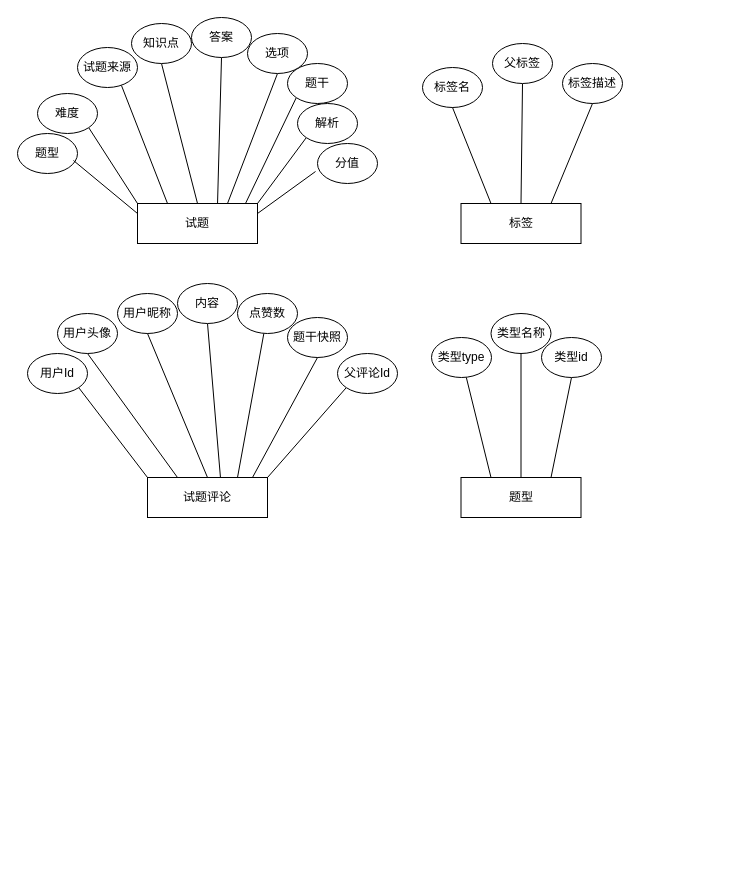
Before: page "试题模块E-R图" (3 of 16) of 题库E-R.drawio in ChenLiheng/question-project, a draw.io diagram. Source tidied: cells renumbered, new cells numbered last; positions are measured from the earlier drawing's top-left corner, leaving out a move shared by most shapes. Both pictures are drawn from the tidied source at 100%, with x=0, y=0 at pixel (17, 17).
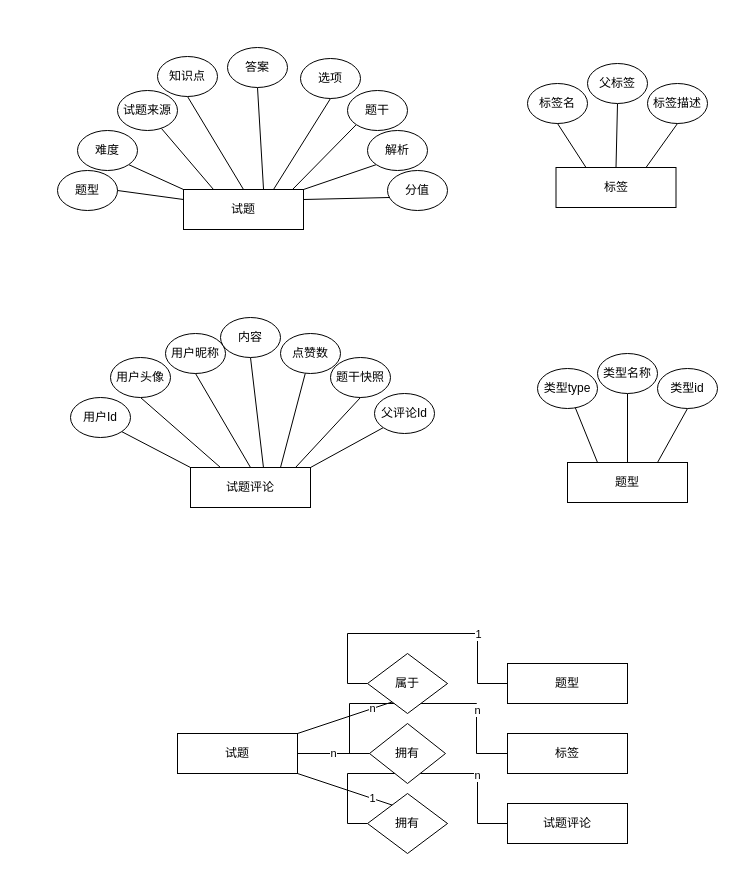
After the change.

Change to the diagram source:
```diff
@@
+    <mxCell id="50" style="group;" parent="1" vertex="1">
+      <mxGeometry x="40" y="30" width="390" height="182" as="geometry" />
+    </mxCell>
-    <mxCell id="2" style="rounded=0;jettySize=auto;html=1;exitX=0;exitY=0;exitDx=0;exitDy=0;entryX=1;entryY=1;entryDx=0;entryDy=0;endArrow=none;endFill=0;" parent="1" edge="1" source="9" target="15">
+    <mxCell id="2" style="rounded=0;jettySize=auto;html=1;exitX=0;exitY=0;exitDx=0;exitDy=0;entryX=1;entryY=1;entryDx=0;entryDy=0;endArrow=none;endFill=0;" parent="50" edge="1" source="9" target="15">
       <mxGeometry relative="1" as="geometry" />
     </mxCell>
-    <mxCell id="3" style="rounded=0;jettySize=auto;html=1;exitX=0.25;exitY=0;exitDx=0;exitDy=0;entryX=0.733;entryY=0.95;entryDx=0;entryDy=0;entryPerimeter=0;endArrow=none;endFill=0;" parent="1" edge="1" source="9" target="17">
+    <mxCell id="3" style="rounded=0;jettySize=auto;html=1;exitX=0.25;exitY=0;exitDx=0;exitDy=0;entryX=0.733;entryY=0.95;entryDx=0;entryDy=0;entryPerimeter=0;endArrow=none;endFill=0;" parent="50" edge="1" source="9" target="17">
       <mxGeometry relative="1" as="geometry" />
     </mxCell>
-    <mxCell id="4" style="rounded=0;jettySize=auto;html=1;exitX=0.5;exitY=0;exitDx=0;exitDy=0;entryX=0.5;entryY=1;entryDx=0;entryDy=0;endArrow=none;endFill=0;" parent="1" edge="1" source="9" target="16">
+    <mxCell id="4" style="rounded=0;jettySize=auto;html=1;exitX=0.5;exitY=0;exitDx=0;exitDy=0;entryX=0.5;entryY=1;entryDx=0;entryDy=0;endArrow=none;endFill=0;" parent="50" edge="1" source="9" target="16">
       <mxGeometry relative="1" as="geometry" />
     </mxCell>
-    <mxCell id="5" style="rounded=0;jettySize=auto;html=1;exitX=0.667;exitY=0;exitDx=0;exitDy=0;entryX=0.5;entryY=1;entryDx=0;entryDy=0;exitPerimeter=0;endArrow=none;endFill=0;" parent="1" edge="1" source="9" target="13">
+    <mxCell id="5" style="rounded=0;jettySize=auto;html=1;exitX=0.667;exitY=0;exitDx=0;exitDy=0;entryX=0.5;entryY=1;entryDx=0;entryDy=0;exitPerimeter=0;endArrow=none;endFill=0;" parent="50" edge="1" source="9" target="13">
       <mxGeometry relative="1" as="geometry" />
     </mxCell>
-    <mxCell id="6" style="rounded=0;jettySize=auto;html=1;exitX=0.75;exitY=0;exitDx=0;exitDy=0;entryX=0.5;entryY=1;entryDx=0;entryDy=0;endArrow=none;endFill=0;" parent="1" edge="1" source="9" target="12">
+    <mxCell id="6" style="rounded=0;jettySize=auto;html=1;exitX=0.75;exitY=0;exitDx=0;exitDy=0;entryX=0.5;entryY=1;entryDx=0;entryDy=0;endArrow=none;endFill=0;" parent="50" edge="1" source="9" target="12">
       <mxGeometry relative="1" as="geometry" />
     </mxCell>
-    <mxCell id="7" style="rounded=0;jettySize=auto;html=1;exitX=0.892;exitY=0.05;exitDx=0;exitDy=0;entryX=0;entryY=1;entryDx=0;entryDy=0;exitPerimeter=0;endArrow=none;endFill=0;" parent="1" edge="1" source="9" target="10">
+    <mxCell id="7" style="rounded=0;jettySize=auto;html=1;exitX=0.892;exitY=0.05;exitDx=0;exitDy=0;entryX=0;entryY=1;entryDx=0;entryDy=0;exitPerimeter=0;endArrow=none;endFill=0;" parent="50" edge="1" source="9" target="10">
       <mxGeometry relative="1" as="geometry" />
     </mxCell>
-    <mxCell id="8" style="rounded=0;jettySize=auto;html=1;exitX=1;exitY=0;exitDx=0;exitDy=0;entryX=0;entryY=1;entryDx=0;entryDy=0;endArrow=none;endFill=0;" parent="1" edge="1" source="9" target="11">
+    <mxCell id="8" style="rounded=0;jettySize=auto;html=1;exitX=1;exitY=0;exitDx=0;exitDy=0;entryX=0;entryY=1;entryDx=0;entryDy=0;endArrow=none;endFill=0;" parent="50" edge="1" source="9" target="11">
       <mxGeometry relative="1" as="geometry" />
     </mxCell>
-    <mxCell id="9" value="试题" style="whiteSpace=wrap;html=1;" parent="1" vertex="1">
-      <mxGeometry x="120" y="186" width="120" height="40" as="geometry" />
+    <mxCell id="9" value="试题" style="whiteSpace=wrap;html=1;" parent="50" vertex="1">
+      <mxGeometry x="126" y="142" width="120" height="40" as="geometry" />
     </mxCell>
-    <mxCell id="10" value="题干" style="ellipse;whiteSpace=wrap;html=1;" parent="1" vertex="1">
-      <mxGeometry x="270" y="46" width="60" height="40" as="geometry" />
+    <mxCell id="10" value="题干" style="ellipse;whiteSpace=wrap;html=1;" parent="50" vertex="1">
+      <mxGeometry x="290" y="43" width="60" height="40" as="geometry" />
     </mxCell>
-    <mxCell id="11" value="解析" style="ellipse;whiteSpace=wrap;html=1;" parent="1" vertex="1">
-      <mxGeometry x="280" y="86" width="60" height="40" as="geometry" />
+    <mxCell id="11" value="解析" style="ellipse;whiteSpace=wrap;html=1;" parent="50" vertex="1">
+      <mxGeometry x="310" y="83" width="60" height="40" as="geometry" />
     </mxCell>
-    <mxCell id="12" value="选项" style="ellipse;whiteSpace=wrap;html=1;" parent="1" vertex="1">
-      <mxGeometry x="230" y="16" width="60" height="40" as="geometry" />
+    <mxCell id="12" value="选项" style="ellipse;whiteSpace=wrap;html=1;" parent="50" vertex="1">
+      <mxGeometry x="243" y="11" width="60" height="40" as="geometry" />
     </mxCell>
-    <mxCell id="13" value="答案" style="ellipse;whiteSpace=wrap;html=1;" parent="1" vertex="1">
-      <mxGeometry x="174" width="60" height="40" as="geometry" />
+    <mxCell id="13" value="答案" style="ellipse;whiteSpace=wrap;html=1;" parent="50" vertex="1">
+      <mxGeometry x="170" width="60" height="40" as="geometry" />
     </mxCell>
-    <mxCell id="14" value="题型" style="ellipse;whiteSpace=wrap;html=1;" parent="1" vertex="1">
-      <mxGeometry y="116" width="60" height="40" as="geometry" />
+    <mxCell id="14" value="题型" style="ellipse;whiteSpace=wrap;html=1;" parent="50" vertex="1">
+      <mxGeometry y="123" width="60" height="40" as="geometry" />
     </mxCell>
-    <mxCell id="15" value="难度" style="ellipse;whiteSpace=wrap;html=1;" parent="1" vertex="1">
-      <mxGeometry x="20" y="76" width="60" height="40" as="geometry" />
+    <mxCell id="15" value="难度" style="ellipse;whiteSpace=wrap;html=1;" parent="50" vertex="1">
+      <mxGeometry x="20" y="83" width="60" height="40" as="geometry" />
     </mxCell>
-    <mxCell id="16" value="知识点" style="ellipse;whiteSpace=wrap;html=1;" parent="1" vertex="1">
-      <mxGeometry x="114" y="6" width="60" height="40" as="geometry" />
+    <mxCell id="16" value="知识点" style="ellipse;whiteSpace=wrap;html=1;" parent="50" vertex="1">
+      <mxGeometry x="100" y="9" width="60" height="40" as="geometry" />
     </mxCell>
-    <mxCell id="17" value="试题来源" style="ellipse;whiteSpace=wrap;html=1;" parent="1" vertex="1">
-      <mxGeometry x="60" y="30" width="60" height="40" as="geometry" />
+    <mxCell id="17" value="试题来源" style="ellipse;whiteSpace=wrap;html=1;" parent="50" vertex="1">
+      <mxGeometry x="60" y="43" width="60" height="40" as="geometry" />
     </mxCell>
-    <mxCell id="18" value="分值" style="ellipse;whiteSpace=wrap;html=1;" parent="1" vertex="1">
-      <mxGeometry x="300" y="126" width="60" height="40" as="geometry" />
+    <mxCell id="18" value="分值" style="ellipse;whiteSpace=wrap;html=1;" parent="50" vertex="1">
+      <mxGeometry x="330" y="123" width="60" height="40" as="geometry" />
     </mxCell>
-    <mxCell id="19" style="rounded=0;jettySize=auto;html=1;exitX=0;exitY=0.25;exitDx=0;exitDy=0;entryX=0.933;entryY=0.675;entryDx=0;entryDy=0;entryPerimeter=0;endArrow=none;endFill=0;" parent="1" edge="1" source="9" target="14">
+    <mxCell id="19" style="rounded=0;jettySize=auto;html=1;exitX=0;exitY=0.25;exitDx=0;exitDy=0;entryX=1;entryY=0.5;entryDx=0;entryDy=0;endArrow=none;endFill=0;" parent="50" edge="1" source="9" target="14">
       <mxGeometry relative="1" as="geometry" />
     </mxCell>
-    <mxCell id="20" style="rounded=0;jettySize=auto;html=1;exitX=1;exitY=0.25;exitDx=0;exitDy=0;entryX=-0.033;entryY=0.7;entryDx=0;entryDy=0;entryPerimeter=0;endArrow=none;endFill=0;" parent="1" edge="1" source="9" target="18">
+    <mxCell id="20" style="rounded=0;jettySize=auto;html=1;exitX=1;exitY=0.25;exitDx=0;exitDy=0;entryX=0.033;entryY=0.675;entryDx=0;entryDy=0;endArrow=none;endFill=0;entryPerimeter=0;" parent="50" edge="1" source="9" target="18">
       <mxGeometry relative="1" as="geometry" />
     </mxCell>
-    <mxCell id="21" style="rounded=0;jettySize=auto;html=1;exitX=0.5;exitY=0;exitDx=0;exitDy=0;endArrow=none;endFill=0;entryX=0.5;entryY=1;entryDx=0;entryDy=0;" parent="1" edge="1" source="22" target="24">
-      <mxGeometry relative="1" as="geometry" />
-    </mxCell>
-    <mxCell id="22" value="标签" style="whiteSpace=wrap;html=1;" parent="1" vertex="1">
-      <mxGeometry x="443.5" y="186" width="120" height="40" as="geometry" />
-    </mxCell>
-    <mxCell id="23" value="标签名" style="ellipse;whiteSpace=wrap;html=1;" parent="1" vertex="1">
-      <mxGeometry x="405" y="50" width="60" height="40" as="geometry" />
-    </mxCell>
-    <mxCell id="24" value="父标签" style="ellipse;whiteSpace=wrap;html=1;" parent="1" vertex="1">
-      <mxGeometry x="475" y="26" width="60" height="40" as="geometry" />
-    </mxCell>
-    <mxCell id="25" value="标签描述" style="ellipse;whiteSpace=wrap;html=1;" parent="1" vertex="1">
-      <mxGeometry x="545" y="46" width="60" height="40" as="geometry" />
-    </mxCell>
-    <mxCell id="26" style="rounded=0;jettySize=auto;html=1;exitX=0.25;exitY=0;exitDx=0;exitDy=0;endArrow=none;endFill=0;entryX=0.5;entryY=1;entryDx=0;entryDy=0;" parent="1" edge="1" source="22" target="23">
-      <mxGeometry relative="1" as="geometry" />
-    </mxCell>
-    <mxCell id="27" style="rounded=0;jettySize=auto;html=1;entryX=0.5;entryY=1;entryDx=0;entryDy=0;endArrow=none;endFill=0;exitX=0.75;exitY=0;exitDx=0;exitDy=0;" parent="1" edge="1" source="22" target="25">
-      <mxGeometry relative="1" as="geometry" />
-    </mxCell>
-    <mxCell id="28" style="rounded=0;jettySize=auto;html=1;exitX=0.25;exitY=0;exitDx=0;exitDy=0;endArrow=none;endFill=0;" parent="1" edge="1" source="31" target="32">
-      <mxGeometry relative="1" as="geometry" />
-    </mxCell>
-    <mxCell id="29" style="rounded=0;jettySize=auto;html=1;exitX=0.5;exitY=0;exitDx=0;exitDy=0;endArrow=none;endFill=0;" parent="1" edge="1" source="31" target="33">
-      <mxGeometry relative="1" as="geometry" />
-    </mxCell>
-    <mxCell id="30" style="rounded=0;jettySize=auto;html=1;exitX=0.75;exitY=0;exitDx=0;exitDy=0;entryX=0.5;entryY=1;entryDx=0;entryDy=0;endArrow=none;endFill=0;" parent="1" edge="1" source="31" target="34">
-      <mxGeometry relative="1" as="geometry" />
-    </mxCell>
-    <mxCell id="31" value="题型" style="whiteSpace=wrap;html=1;" parent="1" vertex="1">
-      <mxGeometry x="443.5" y="460" width="120" height="40" as="geometry" />
-    </mxCell>
-    <mxCell id="32" value="类型type" style="ellipse;whiteSpace=wrap;html=1;" parent="1" vertex="1">
-      <mxGeometry x="414" y="320" width="60" height="40" as="geometry" />
-    </mxCell>
-    <mxCell id="33" value="类型名称" style="ellipse;whiteSpace=wrap;html=1;" parent="1" vertex="1">
-      <mxGeometry x="473.5" y="296" width="60" height="40" as="geometry" />
-    </mxCell>
-    <mxCell id="34" value="类型id" style="ellipse;whiteSpace=wrap;html=1;" parent="1" vertex="1">
-      <mxGeometry x="524" y="320" width="60" height="40" as="geometry" />
-    </mxCell>
+    <mxCell id="51" style="group;" parent="1" vertex="1">
+      <mxGeometry x="53" y="300" width="364" height="190" as="geometry" />
+    </mxCell>
-    <mxCell id="35" style="rounded=0;jettySize=auto;html=1;exitX=0.25;exitY=0;exitDx=0;exitDy=0;endArrow=none;endFill=0;entryX=0.5;entryY=1;entryDx=0;entryDy=0;" parent="1" edge="1" source="39" target="40">
+    <mxCell id="35" style="rounded=0;jettySize=auto;html=1;exitX=0.25;exitY=0;exitDx=0;exitDy=0;endArrow=none;endFill=0;entryX=0.5;entryY=1;entryDx=0;entryDy=0;" parent="51" edge="1" source="39" target="40">
       <mxGeometry relative="1" as="geometry" />
     </mxCell>
-    <mxCell id="36" style="rounded=0;jettySize=auto;html=1;exitX=0.75;exitY=0;exitDx=0;exitDy=0;endArrow=none;endFill=0;" parent="1" edge="1" source="39" target="46">
+    <mxCell id="36" style="rounded=0;jettySize=auto;html=1;exitX=0.75;exitY=0;exitDx=0;exitDy=0;endArrow=none;endFill=0;" parent="51" edge="1" source="39" target="46">
       <mxGeometry relative="1" as="geometry" />
     </mxCell>
-    <mxCell id="37" style="rounded=0;jettySize=auto;html=1;exitX=1;exitY=0;exitDx=0;exitDy=0;entryX=0;entryY=1;entryDx=0;entryDy=0;endArrow=none;endFill=0;" parent="1" edge="1" source="39" target="41">
+    <mxCell id="37" style="rounded=0;jettySize=auto;html=1;exitX=1;exitY=0;exitDx=0;exitDy=0;entryX=0;entryY=1;entryDx=0;entryDy=0;endArrow=none;endFill=0;" parent="51" edge="1" source="39" target="41">
       <mxGeometry relative="1" as="geometry" />
     </mxCell>
-    <mxCell id="38" style="rounded=0;jettySize=auto;html=1;exitX=0.608;exitY=0;exitDx=0;exitDy=0;entryX=0.5;entryY=1;entryDx=0;entryDy=0;endArrow=none;endFill=0;exitPerimeter=0;" parent="1" edge="1" source="39" target="45">
+    <mxCell id="38" style="rounded=0;jettySize=auto;html=1;exitX=0.608;exitY=0;exitDx=0;exitDy=0;entryX=0.5;entryY=1;entryDx=0;entryDy=0;endArrow=none;endFill=0;exitPerimeter=0;" parent="51" edge="1" source="39" target="45">
       <mxGeometry relative="1" as="geometry" />
     </mxCell>
-    <mxCell id="39" value="试题评论" style="whiteSpace=wrap;html=1;" parent="1" vertex="1">
-      <mxGeometry x="130" y="460" width="120" height="40" as="geometry" />
+    <mxCell id="39" value="试题评论" style="whiteSpace=wrap;html=1;" parent="51" vertex="1">
+      <mxGeometry x="120" y="150" width="120" height="40" as="geometry" />
     </mxCell>
-    <mxCell id="40" value="用户头像" style="ellipse;whiteSpace=wrap;html=1;" parent="1" vertex="1">
-      <mxGeometry x="40" y="296" width="60" height="40" as="geometry" />
+    <mxCell id="40" value="用户头像" style="ellipse;whiteSpace=wrap;html=1;" parent="51" vertex="1">
+      <mxGeometry x="40" y="40" width="60" height="40" as="geometry" />
     </mxCell>
-    <mxCell id="41" value="父评论Id" style="ellipse;whiteSpace=wrap;html=1;" parent="1" vertex="1">
-      <mxGeometry x="320" y="336" width="60" height="40" as="geometry" />
+    <mxCell id="41" value="父评论Id" style="ellipse;whiteSpace=wrap;html=1;" parent="51" vertex="1">
+      <mxGeometry x="304" y="76" width="60" height="40" as="geometry" />
     </mxCell>
-    <mxCell id="42" value="用户Id" style="ellipse;whiteSpace=wrap;html=1;" parent="1" vertex="1">
-      <mxGeometry x="10" y="336" width="60" height="40" as="geometry" />
+    <mxCell id="42" value="用户Id" style="ellipse;whiteSpace=wrap;html=1;" parent="51" vertex="1">
+      <mxGeometry y="80" width="60" height="40" as="geometry" />
     </mxCell>
-    <mxCell id="43" value="题干快照" style="ellipse;whiteSpace=wrap;html=1;" parent="1" vertex="1">
-      <mxGeometry x="270" y="300" width="60" height="40" as="geometry" />
+    <mxCell id="43" value="题干快照" style="ellipse;whiteSpace=wrap;html=1;" parent="51" vertex="1">
+      <mxGeometry x="260" y="40" width="60" height="40" as="geometry" />
     </mxCell>
-    <mxCell id="44" value="用户昵称" style="ellipse;whiteSpace=wrap;html=1;" parent="1" vertex="1">
-      <mxGeometry x="100" y="276" width="60" height="40" as="geometry" />
+    <mxCell id="44" value="用户昵称" style="ellipse;whiteSpace=wrap;html=1;" parent="51" vertex="1">
+      <mxGeometry x="95" y="16" width="60" height="40" as="geometry" />
     </mxCell>
-    <mxCell id="45" value="内容" style="ellipse;whiteSpace=wrap;html=1;" parent="1" vertex="1">
-      <mxGeometry x="160" y="266" width="60" height="40" as="geometry" />
+    <mxCell id="45" value="内容" style="ellipse;whiteSpace=wrap;html=1;" parent="51" vertex="1">
+      <mxGeometry x="150" width="60" height="40" as="geometry" />
     </mxCell>
-    <mxCell id="46" value="点赞数" style="ellipse;whiteSpace=wrap;html=1;" parent="1" vertex="1">
-      <mxGeometry x="220" y="276" width="60" height="40" as="geometry" />
+    <mxCell id="46" value="点赞数" style="ellipse;whiteSpace=wrap;html=1;" parent="51" vertex="1">
+      <mxGeometry x="210" y="16" width="60" height="40" as="geometry" />
     </mxCell>
-    <mxCell id="47" style="rounded=0;jettySize=auto;html=1;exitX=0.5;exitY=0;exitDx=0;exitDy=0;entryX=0.5;entryY=1;entryDx=0;entryDy=0;endArrow=none;endFill=0;" parent="1" edge="1" source="39" target="44">
+    <mxCell id="47" style="rounded=0;jettySize=auto;html=1;exitX=0.5;exitY=0;exitDx=0;exitDy=0;entryX=0.5;entryY=1;entryDx=0;entryDy=0;endArrow=none;endFill=0;" parent="51" edge="1" source="39" target="44">
       <mxGeometry relative="1" as="geometry" />
     </mxCell>
-    <mxCell id="48" style="rounded=0;jettySize=auto;html=1;exitX=0;exitY=0;exitDx=0;exitDy=0;entryX=1;entryY=1;entryDx=0;entryDy=0;endArrow=none;endFill=0;" parent="1" edge="1" source="39" target="42">
+    <mxCell id="48" style="rounded=0;jettySize=auto;html=1;exitX=0;exitY=0;exitDx=0;exitDy=0;entryX=1;entryY=1;entryDx=0;entryDy=0;endArrow=none;endFill=0;" parent="51" edge="1" source="39" target="42">
       <mxGeometry relative="1" as="geometry" />
     </mxCell>
-    <mxCell id="49" style="rounded=0;jettySize=auto;html=1;exitX=0.875;exitY=0;exitDx=0;exitDy=0;entryX=0.5;entryY=1;entryDx=0;entryDy=0;endArrow=none;endFill=0;exitPerimeter=0;" parent="1" edge="1" source="39" target="43">
+    <mxCell id="49" style="rounded=0;jettySize=auto;html=1;exitX=0.875;exitY=0;exitDx=0;exitDy=0;entryX=0.5;entryY=1;entryDx=0;entryDy=0;endArrow=none;endFill=0;exitPerimeter=0;" parent="51" edge="1" source="39" target="43">
       <mxGeometry relative="1" as="geometry" />
     </mxCell>
+    <mxCell id="52" style="group;" parent="1" vertex="1">
+      <mxGeometry x="510" y="46" width="180" height="144" as="geometry" />
+    </mxCell>
+    <mxCell id="21" style="rounded=0;jettySize=auto;html=1;exitX=0.5;exitY=0;exitDx=0;exitDy=0;endArrow=none;endFill=0;entryX=0.5;entryY=1;entryDx=0;entryDy=0;" parent="52" edge="1" source="22" target="24">
+      <mxGeometry relative="1" as="geometry" />
+    </mxCell>
+    <mxCell id="22" value="标签" style="whiteSpace=wrap;html=1;" parent="52" vertex="1">
+      <mxGeometry x="28.5" y="104" width="120" height="40" as="geometry" />
+    </mxCell>
+    <mxCell id="23" value="标签名" style="ellipse;whiteSpace=wrap;html=1;" parent="52" vertex="1">
+      <mxGeometry y="20" width="60" height="40" as="geometry" />
+    </mxCell>
+    <mxCell id="24" value="父标签" style="ellipse;whiteSpace=wrap;html=1;" parent="52" vertex="1">
+      <mxGeometry x="60" width="60" height="40" as="geometry" />
+    </mxCell>
+    <mxCell id="25" value="标签描述" style="ellipse;whiteSpace=wrap;html=1;" parent="52" vertex="1">
+      <mxGeometry x="120" y="20" width="60" height="40" as="geometry" />
+    </mxCell>
+    <mxCell id="26" style="rounded=0;jettySize=auto;html=1;exitX=0.25;exitY=0;exitDx=0;exitDy=0;endArrow=none;endFill=0;entryX=0.5;entryY=1;entryDx=0;entryDy=0;" parent="52" edge="1" source="22" target="23">
+      <mxGeometry relative="1" as="geometry" />
+    </mxCell>
+    <mxCell id="27" style="rounded=0;jettySize=auto;html=1;entryX=0.5;entryY=1;entryDx=0;entryDy=0;endArrow=none;endFill=0;exitX=0.75;exitY=0;exitDx=0;exitDy=0;" parent="52" edge="1" source="22" target="25">
+      <mxGeometry relative="1" as="geometry" />
+    </mxCell>
+    <mxCell id="53" style="group;" parent="1" vertex="1">
+      <mxGeometry x="520" y="336" width="180" height="149" as="geometry" />
+    </mxCell>
+    <mxCell id="28" style="rounded=0;jettySize=auto;html=1;exitX=0.25;exitY=0;exitDx=0;exitDy=0;endArrow=none;endFill=0;" parent="53" edge="1" source="31" target="32">
+      <mxGeometry relative="1" as="geometry" />
+    </mxCell>
+    <mxCell id="29" style="rounded=0;jettySize=auto;html=1;exitX=0.5;exitY=0;exitDx=0;exitDy=0;endArrow=none;endFill=0;" parent="53" edge="1" source="31" target="33">
+      <mxGeometry relative="1" as="geometry" />
+    </mxCell>
+    <mxCell id="30" style="rounded=0;jettySize=auto;html=1;exitX=0.75;exitY=0;exitDx=0;exitDy=0;entryX=0.5;entryY=1;entryDx=0;entryDy=0;endArrow=none;endFill=0;" parent="53" edge="1" source="31" target="34">
+      <mxGeometry relative="1" as="geometry" />
+    </mxCell>
+    <mxCell id="31" value="题型" style="whiteSpace=wrap;html=1;" parent="53" vertex="1">
+      <mxGeometry x="30" y="109" width="120" height="40" as="geometry" />
+    </mxCell>
+    <mxCell id="32" value="类型type" style="ellipse;whiteSpace=wrap;html=1;" parent="53" vertex="1">
+      <mxGeometry y="15" width="60" height="40" as="geometry" />
+    </mxCell>
+    <mxCell id="33" value="类型名称" style="ellipse;whiteSpace=wrap;html=1;" parent="53" vertex="1">
+      <mxGeometry x="60" width="60" height="40" as="geometry" />
+    </mxCell>
+    <mxCell id="34" value="类型id" style="ellipse;whiteSpace=wrap;html=1;" parent="53" vertex="1">
+      <mxGeometry x="120" y="15" width="60" height="40" as="geometry" />
+    </mxCell>
+    <mxCell id="54" value="n" style="edgeStyle=orthogonalEdgeStyle;rounded=0;jettySize=auto;html=1;endArrow=none;endFill=0;exitX=1;exitY=0.5;exitDx=0;exitDy=0;" parent="1" edge="1" source="57" target="66">
+      <mxGeometry relative="1" as="geometry" />
+    </mxCell>
+    <mxCell id="55" value="1" style="rounded=0;jettySize=auto;html=1;exitX=1;exitY=1;exitDx=0;exitDy=0;entryX=1;entryY=0.5;entryDx=0;entryDy=0;endArrow=none;endFill=0;" parent="1" edge="1" source="57" target="63">
+      <mxGeometry relative="1" as="geometry" />
+    </mxCell>
+    <mxCell id="56" value="n" style="rounded=0;jettySize=auto;html=1;exitX=1;exitY=0;exitDx=0;exitDy=0;entryX=1;entryY=0.5;entryDx=0;entryDy=0;endArrow=none;endFill=0;" parent="1" edge="1" source="57" target="69">
+      <mxGeometry relative="1" as="geometry" />
+    </mxCell>
+    <mxCell id="57" value="试题" style="whiteSpace=wrap;html=1;" parent="1" vertex="1">
+      <mxGeometry x="160" y="716" width="120" height="40" as="geometry" />
+    </mxCell>
+    <mxCell id="58" value="试题评论" style="whiteSpace=wrap;html=1;" parent="1" vertex="1">
+      <mxGeometry x="490" y="786" width="120" height="40" as="geometry" />
+    </mxCell>
+    <mxCell id="59" value="标签" style="whiteSpace=wrap;html=1;" parent="1" vertex="1">
+      <mxGeometry x="490" y="716" width="120" height="40" as="geometry" />
+    </mxCell>
+    <mxCell id="60" value="题型" style="whiteSpace=wrap;html=1;" parent="1" vertex="1">
+      <mxGeometry x="490" y="646" width="120" height="40" as="geometry" />
+    </mxCell>
+    <mxCell id="61" style="edgeStyle=orthogonalEdgeStyle;rounded=0;jettySize=auto;html=1;endArrow=none;endFill=0;exitX=0;exitY=0.5;exitDx=0;exitDy=0;" parent="1" edge="1" source="63" target="58">
+      <mxGeometry relative="1" as="geometry" />
+    </mxCell>
+    <mxCell id="62" value="n" style="edgeLabel;html=1;align=center;verticalAlign=middle;" parent="61" vertex="1">
+      <mxGeometry x="0.42" y="-1" relative="1" as="geometry" />
+    </mxCell>
+    <mxCell id="63" value="拥有" style="rhombus;whiteSpace=wrap;html=1;flipH=1;legacyAnchorPoints=0;" parent="1" vertex="1">
+      <mxGeometry x="350" y="776" width="80" height="60" as="geometry" />
+    </mxCell>
+    <mxCell id="64" style="edgeStyle=orthogonalEdgeStyle;rounded=0;jettySize=auto;html=1;exitX=0;exitY=0.5;exitDx=0;exitDy=0;endArrow=none;endFill=0;" parent="1" edge="1" source="66" target="59">
+      <mxGeometry relative="1" as="geometry" />
+    </mxCell>
+    <mxCell id="65" value="n" style="edgeLabel;html=1;align=center;verticalAlign=middle;" parent="64" vertex="1">
+      <mxGeometry x="0.46" relative="1" as="geometry" />
+    </mxCell>
+    <mxCell id="66" value="拥有" style="rhombus;whiteSpace=wrap;html=1;flipH=1;legacyAnchorPoints=0;" parent="1" vertex="1">
+      <mxGeometry x="352" y="706" width="76" height="60" as="geometry" />
+    </mxCell>
+    <mxCell id="67" style="edgeStyle=orthogonalEdgeStyle;rounded=0;jettySize=auto;html=1;exitX=0;exitY=0.5;exitDx=0;exitDy=0;endArrow=none;endFill=0;" parent="1" edge="1" source="69" target="60">
+      <mxGeometry relative="1" as="geometry" />
+    </mxCell>
+    <mxCell id="68" value="1" style="edgeLabel;html=1;align=center;verticalAlign=middle;" parent="67" vertex="1">
+      <mxGeometry x="0.43" relative="1" as="geometry" />
+    </mxCell>
+    <mxCell id="69" value="属于" style="rhombus;whiteSpace=wrap;html=1;flipH=1;legacyAnchorPoints=0;" parent="1" vertex="1">
+      <mxGeometry x="350" y="636" width="80" height="60" as="geometry" />
+    </mxCell>
```
